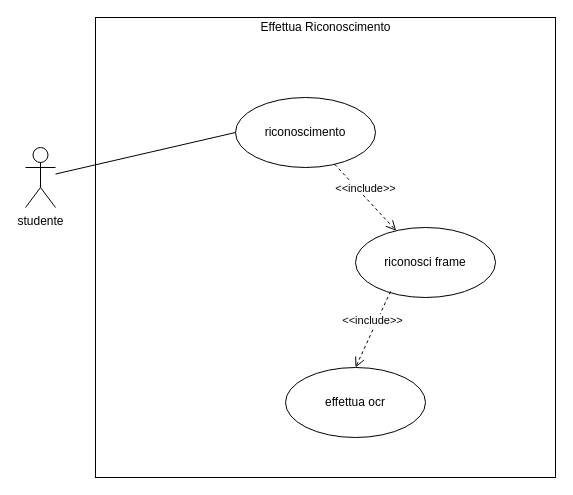
Before: report/uml_use_case.drawio in Andrew-Wyn/ing_SW_DIL, a draw.io diagram. Source tidied: cells renumbered, new cells numbered last; positions are measured from the earlier drawing's top-left corner, leaving out a move shared by most shapes. Both pictures are drawn from the tidied source at 100%, with x=0, y=0 at pixel (25, 17).
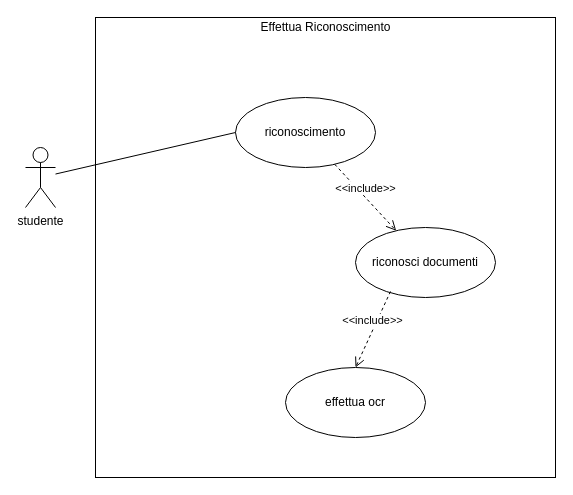
The same page after the edit.

Commit message (it also covers changes not shown here):
modified use case diagram

Diff of the diagram source:
```diff
@@
 <mxGraphModel>
   <root>
     <mxCell id="0" />
     <mxCell id="1" parent="0" />
     <mxCell id="2" style="whiteSpace=wrap;html=1;" parent="1" vertex="1">
       <mxGeometry x="70" width="460" height="460" as="geometry" />
     </mxCell>
     <mxCell id="3" value="riconoscimento" style="ellipse;whiteSpace=wrap;html=1;" parent="1" vertex="1">
       <mxGeometry x="210" y="80" width="140" height="70" as="geometry" />
     </mxCell>
-    <mxCell id="4" value="riconosci frame" style="ellipse;whiteSpace=wrap;html=1;" parent="1" vertex="1">
+    <mxCell id="4" value="riconosci documenti" style="ellipse;whiteSpace=wrap;html=1;" parent="1" vertex="1">
       <mxGeometry x="330" y="210" width="140" height="70" as="geometry" />
     </mxCell>
     <mxCell id="5" value="effettua ocr" style="ellipse;whiteSpace=wrap;html=1;" parent="1" vertex="1">
       <mxGeometry x="260" y="350" width="140" height="70" as="geometry" />
     </mxCell>
     <mxCell id="6" value="studente" style="shape=umlActor;verticalLabelPosition=bottom;verticalAlign=top;html=1;" parent="1" vertex="1">
       <mxGeometry y="130" width="30" height="60" as="geometry" />
     </mxCell>
     <mxCell id="7" style="endArrow=none;html=1;entryX=0;entryY=0.5;entryDx=0;entryDy=0;" parent="1" edge="1" source="6" target="3">
       <mxGeometry relative="1" as="geometry" />
     </mxCell>
     <mxCell id="8" value="Effettua Riconoscimento" style="text;html=1;align=center;verticalAlign=middle;" parent="1" vertex="1">
       <mxGeometry x="225" width="150" height="20" as="geometry" />
     </mxCell>
     <mxCell id="9" value="&amp;lt;&amp;lt;include&amp;gt;&amp;gt;" style="html=1;verticalAlign=bottom;endArrow=open;dashed=1;endSize=8;exitX=0.25;exitY=0.914;exitDx=0;exitDy=0;exitPerimeter=0;entryX=0.5;entryY=0;entryDx=0;entryDy=0;" parent="1" edge="1" source="4" target="5">
       <mxGeometry relative="1" as="geometry" />
     </mxCell>
     <mxCell id="10" value="&amp;lt;&amp;lt;include&amp;gt;&amp;gt;" style="html=1;verticalAlign=bottom;endArrow=open;dashed=1;endSize=8;" parent="1" edge="1" source="3" target="4">
       <mxGeometry relative="1" as="geometry" />
     </mxCell>
   </root>
 </mxGraphModel>
```
